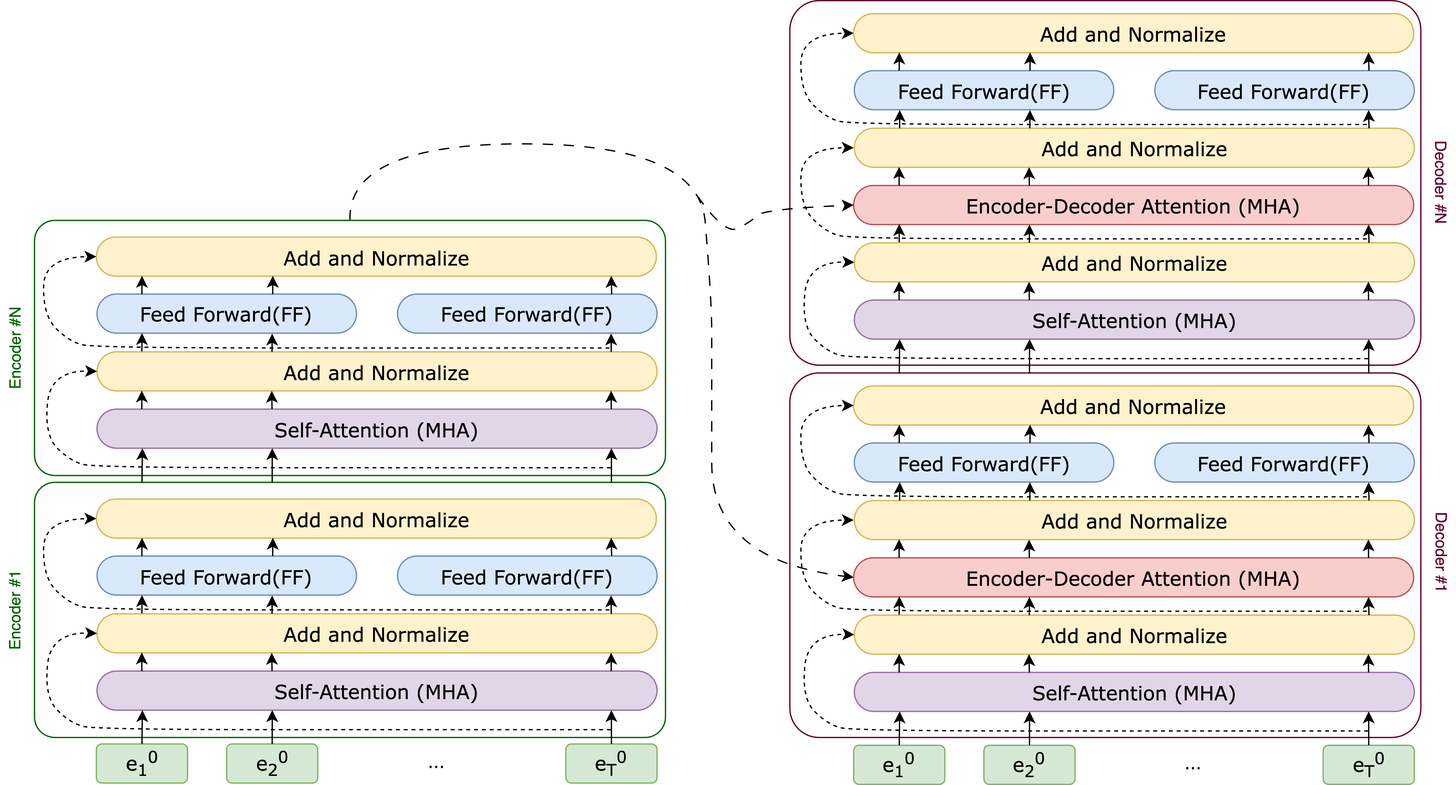
Earlier version of the draw.io export pages/imgs/encoder_decoder.png (LxMLS/lxmls-guide). Source tidied: cells renumbered, new cells last; positions are measured from the earlier drawing's top-left corner, leaving out a move shared by most shapes.
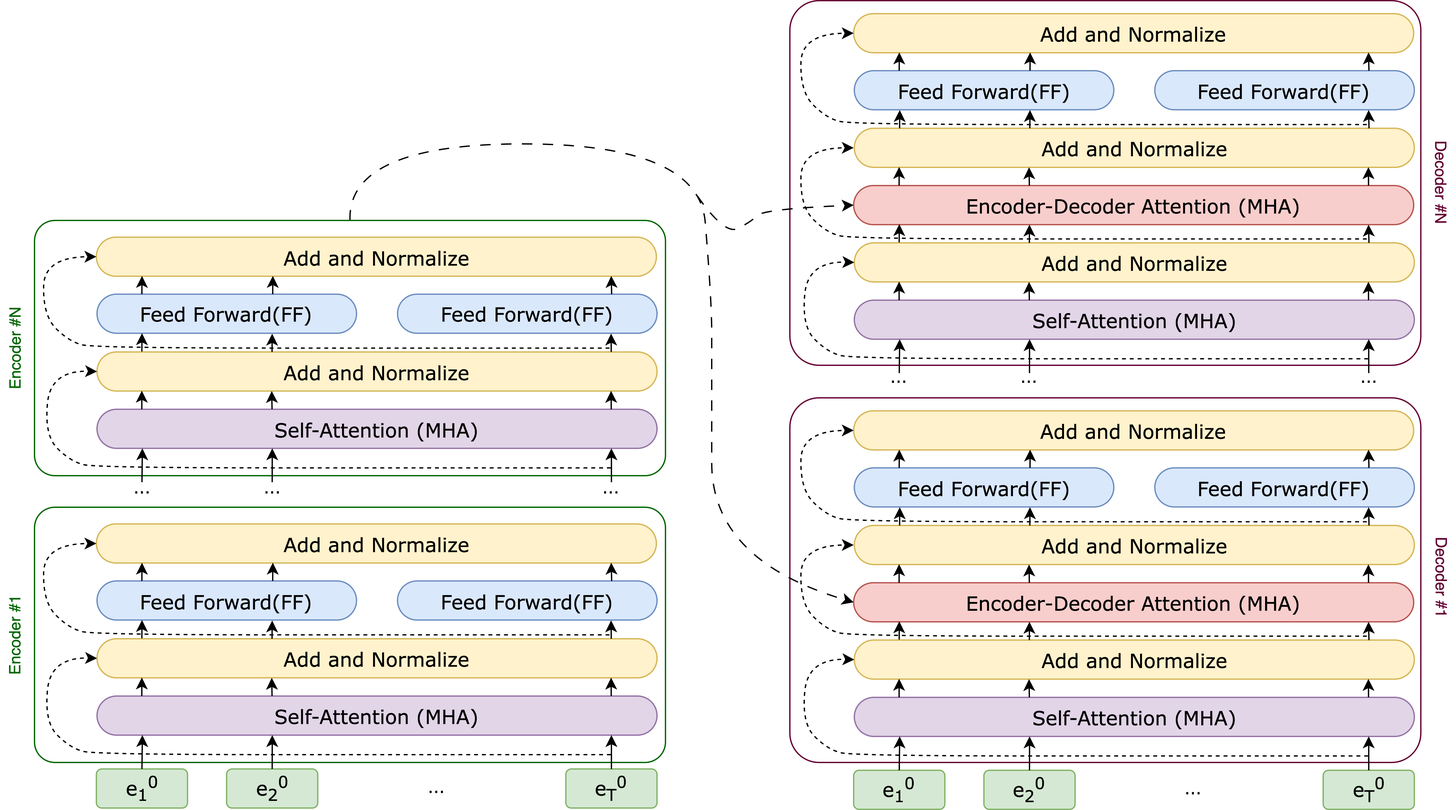
The same file after the commit.

Commit message:
[fix] Solve TODOs. Update encoder-decoder figure

The edit, as a diff of the source:
```diff
@@ -179,7 +179,7 @@
         <Array as="points">
-          <mxPoint x="294" y="110" />
-          <mxPoint x="564" y="110" />
-          <mxPoint x="574" y="230" />
-          <mxPoint x="574" y="280" />
-          <mxPoint x="574" y="430" />
+          <mxPoint x="294" y="91" />
+          <mxPoint x="564" y="91" />
+          <mxPoint x="574" y="211" />
+          <mxPoint x="574" y="261" />
+          <mxPoint x="574" y="411" />
         </Array>
@@ -310,9 +310,9 @@
     <mxCell id="61" style="rounded=1;whiteSpace=wrap;html=1;fillColor=none;arcSize=8;strokeColor=#006600;" parent="1" vertex="1">
-      <mxGeometry x="54" y="168.8" width="484.5" height="196" as="geometry" />
+      <mxGeometry x="54" y="149.8" width="484.5" height="196" as="geometry" />
     </mxCell>
     <mxCell id="62" value="Self-Attention (MHA)" style="rounded=1;whiteSpace=wrap;html=1;arcSize=50;fillColor=#e1d5e7;fontFamily=Verdana;fontSize=15;strokeColor=#9673a6;" parent="1" vertex="1">
-      <mxGeometry x="102" y="313.8" width="430" height="30" as="geometry" />
+      <mxGeometry x="102" y="294.8" width="430" height="30" as="geometry" />
     </mxCell>
     <mxCell id="63" value="Add and Normalize" style="rounded=1;whiteSpace=wrap;html=1;arcSize=50;fillColor=#fff2cc;fontFamily=Verdana;fontSize=15;strokeColor=#d6b656;" parent="1" vertex="1">
-      <mxGeometry x="102" y="269.8" width="430" height="30" as="geometry" />
+      <mxGeometry x="102" y="250.8" width="430" height="30" as="geometry" />
     </mxCell>
@@ -320,4 +320,4 @@
       <mxGeometry relative="1" as="geometry">
-        <mxPoint x="136.5" y="369.8" as="sourcePoint" />
-        <mxPoint x="136.8" y="343.8" as="targetPoint" />
+        <mxPoint x="136.5" y="350.8" as="sourcePoint" />
+        <mxPoint x="136.8" y="324.8" as="targetPoint" />
       </mxGeometry>
@@ -326,3 +326,3 @@
       <mxGeometry relative="1" as="geometry">
-        <mxPoint x="236.4" y="313.8" as="sourcePoint" />
+        <mxPoint x="236.4" y="294.8" as="sourcePoint" />
       </mxGeometry>
@@ -330,6 +330,6 @@
     <mxCell id="66" value="Feed Forward(FF)" style="rounded=1;whiteSpace=wrap;html=1;arcSize=50;fillColor=#dae8fc;fontFamily=Verdana;fontSize=15;strokeColor=#6c8ebf;" parent="1" vertex="1">
-      <mxGeometry x="102" y="225.4" width="199.2" height="30" as="geometry" />
+      <mxGeometry x="102" y="206.4" width="199.2" height="30" as="geometry" />
     </mxCell>
     <mxCell id="67" value="Feed Forward(FF)" style="rounded=1;whiteSpace=wrap;html=1;arcSize=50;fillColor=#dae8fc;fontFamily=Verdana;fontSize=15;strokeColor=#6c8ebf;" parent="1" vertex="1">
-      <mxGeometry x="332.8" y="225.4" width="199.2" height="30" as="geometry" />
+      <mxGeometry x="332.8" y="206.4" width="199.2" height="30" as="geometry" />
     </mxCell>
@@ -337,3 +337,3 @@
       <mxGeometry relative="1" as="geometry">
-        <mxPoint x="496.8" y="313.8" as="sourcePoint" />
+        <mxPoint x="496.8" y="294.8" as="sourcePoint" />
       </mxGeometry>
@@ -342,4 +342,4 @@
       <mxGeometry relative="1" as="geometry">
-        <mxPoint x="236.5" y="369.8" as="sourcePoint" />
-        <mxPoint x="236.6" y="343.8" as="targetPoint" />
+        <mxPoint x="236.5" y="350.8" as="sourcePoint" />
+        <mxPoint x="236.6" y="324.8" as="targetPoint" />
       </mxGeometry>
@@ -348,4 +348,4 @@
       <mxGeometry relative="1" as="geometry">
-        <mxPoint x="497" y="369.8" as="sourcePoint" />
-        <mxPoint x="497" y="343.8" as="targetPoint" />
+        <mxPoint x="497" y="350.8" as="sourcePoint" />
+        <mxPoint x="497" y="324.8" as="targetPoint" />
       </mxGeometry>
@@ -354,3 +354,3 @@
       <mxGeometry relative="1" as="geometry">
-        <mxPoint x="136.4" y="313.8" as="sourcePoint" />
+        <mxPoint x="136.4" y="294.8" as="sourcePoint" />
       </mxGeometry>
@@ -358,3 +358,3 @@
     <mxCell id="72" value="Add and Normalize" style="rounded=1;whiteSpace=wrap;html=1;arcSize=50;fillColor=#fff2cc;fontFamily=Verdana;fontSize=15;strokeColor=#d6b656;" parent="1" vertex="1">
-      <mxGeometry x="101.5" y="181.6" width="430" height="30" as="geometry" />
+      <mxGeometry x="101.5" y="162.6" width="430" height="30" as="geometry" />
     </mxCell>
@@ -362,4 +362,4 @@
       <mxGeometry relative="1" as="geometry">
-        <mxPoint x="236.4" y="269.8" as="sourcePoint" />
-        <mxPoint x="236.5" y="255.8" as="targetPoint" />
+        <mxPoint x="236.4" y="250.8" as="sourcePoint" />
+        <mxPoint x="236.5" y="236.8" as="targetPoint" />
       </mxGeometry>
@@ -368,3 +368,3 @@
       <mxGeometry relative="1" as="geometry">
-        <mxPoint x="496.8" y="269.8" as="sourcePoint" />
+        <mxPoint x="496.8" y="250.8" as="sourcePoint" />
       </mxGeometry>
@@ -373,4 +373,4 @@
       <mxGeometry relative="1" as="geometry">
-        <mxPoint x="236.9" y="225.4" as="sourcePoint" />
-        <mxPoint x="237" y="211.4" as="targetPoint" />
+        <mxPoint x="236.9" y="206.4" as="sourcePoint" />
+        <mxPoint x="237" y="192.4" as="targetPoint" />
       </mxGeometry>
@@ -379,9 +379,9 @@
       <mxGeometry relative="1" as="geometry">
-        <mxPoint x="496.5" y="358.8" as="sourcePoint" />
+        <mxPoint x="496.5" y="339.8" as="sourcePoint" />
         <Array as="points">
-          <mxPoint x="391.5" y="358.8" />
-          <mxPoint x="101.5" y="358.8" />
-          <mxPoint x="81.5" y="353.8" />
-          <mxPoint x="61.5" y="333.8" />
-          <mxPoint x="66.5" y="283.8" />
+          <mxPoint x="391.5" y="339.8" />
+          <mxPoint x="101.5" y="339.8" />
+          <mxPoint x="81.5" y="334.8" />
+          <mxPoint x="61.5" y="314.8" />
+          <mxPoint x="66.5" y="264.8" />
         </Array>
@@ -391,9 +391,9 @@
       <mxGeometry relative="1" as="geometry">
-        <mxPoint x="495.5" y="266.8" as="sourcePoint" />
+        <mxPoint x="495.5" y="247.8" as="sourcePoint" />
         <Array as="points">
-          <mxPoint x="390.5" y="266.8" />
-          <mxPoint x="100.5" y="266.8" />
-          <mxPoint x="80.5" y="261.8" />
-          <mxPoint x="60.5" y="241.8" />
-          <mxPoint x="61.5" y="196.8" />
+          <mxPoint x="390.5" y="247.8" />
+          <mxPoint x="100.5" y="247.8" />
+          <mxPoint x="80.5" y="242.8" />
+          <mxPoint x="60.5" y="222.8" />
+          <mxPoint x="61.5" y="177.8" />
         </Array>
@@ -403,4 +403,4 @@
       <mxGeometry relative="1" as="geometry">
-        <mxPoint x="136.4" y="269.4" as="sourcePoint" />
-        <mxPoint x="136.6" y="255.4" as="targetPoint" />
+        <mxPoint x="136.4" y="250.4" as="sourcePoint" />
+        <mxPoint x="136.6" y="236.4" as="targetPoint" />
       </mxGeometry>
@@ -409,4 +409,4 @@
       <mxGeometry relative="1" as="geometry">
-        <mxPoint x="136.4" y="225.4" as="sourcePoint" />
-        <mxPoint x="136.6" y="211.4" as="targetPoint" />
+        <mxPoint x="136.4" y="206.4" as="sourcePoint" />
+        <mxPoint x="136.6" y="192.4" as="targetPoint" />
       </mxGeometry>
@@ -415,4 +415,4 @@
       <mxGeometry relative="1" as="geometry">
-        <mxPoint x="497.2" y="225.4" as="sourcePoint" />
-        <mxPoint x="496.8" y="211.4" as="targetPoint" />
+        <mxPoint x="497.2" y="206.4" as="sourcePoint" />
+        <mxPoint x="496.8" y="192.4" as="targetPoint" />
       </mxGeometry>
@@ -420,12 +420,12 @@
     <mxCell id="81" value="&lt;font color=&quot;#006600&quot;&gt;Encoder #N&lt;/font&gt;" style="text;html=1;strokeColor=none;fillColor=none;align=center;verticalAlign=middle;whiteSpace=wrap;rounded=0;direction=west;flipV=1;flipH=1;rotation=270;" parent="1" vertex="1">
-      <mxGeometry x="-0.5" y="256.3" width="80" height="23" as="geometry" />
+      <mxGeometry x="-0.5" y="237.3" width="80" height="23" as="geometry" />
     </mxCell>
     <mxCell id="82" style="rounded=1;whiteSpace=wrap;html=1;fillColor=none;arcSize=8;strokeColor=#660033;" parent="1" vertex="1">
-      <mxGeometry x="634" width="484.5" height="280" as="geometry" />
+      <mxGeometry x="634" y="-19" width="484.5" height="280" as="geometry" />
     </mxCell>
     <mxCell id="83" value="Self-Attention (MHA)" style="rounded=1;whiteSpace=wrap;html=1;arcSize=50;fillColor=#e1d5e7;fontFamily=Verdana;fontSize=15;strokeColor=#9673a6;" parent="1" vertex="1">
-      <mxGeometry x="683.5" y="230" width="430" height="30" as="geometry" />
+      <mxGeometry x="683.5" y="211" width="430" height="30" as="geometry" />
     </mxCell>
     <mxCell id="84" value="Add and Normalize" style="rounded=1;whiteSpace=wrap;html=1;arcSize=50;fillColor=#fff2cc;fontFamily=Verdana;fontSize=15;strokeColor=#d6b656;" parent="1" vertex="1">
-      <mxGeometry x="683.5" y="186" width="430" height="30" as="geometry" />
+      <mxGeometry x="683.5" y="167" width="430" height="30" as="geometry" />
     </mxCell>
@@ -433,4 +433,4 @@
       <mxGeometry relative="1" as="geometry">
-        <mxPoint x="718" y="286" as="sourcePoint" />
-        <mxPoint x="718.3" y="260" as="targetPoint" />
+        <mxPoint x="718" y="267" as="sourcePoint" />
+        <mxPoint x="718.3" y="241" as="targetPoint" />
       </mxGeometry>
@@ -439,3 +439,3 @@
       <mxGeometry relative="1" as="geometry">
-        <mxPoint x="817.9" y="230" as="sourcePoint" />
+        <mxPoint x="817.9" y="211" as="sourcePoint" />
       </mxGeometry>
@@ -443,6 +443,6 @@
     <mxCell id="87" value="Feed Forward(FF)" style="rounded=1;whiteSpace=wrap;html=1;arcSize=50;fillColor=#dae8fc;fontFamily=Verdana;fontSize=15;strokeColor=#6c8ebf;" parent="1" vertex="1">
-      <mxGeometry x="683.5" y="53.8" width="199.2" height="30" as="geometry" />
+      <mxGeometry x="683.5" y="34.8" width="199.2" height="30" as="geometry" />
     </mxCell>
     <mxCell id="88" value="Feed Forward(FF)" style="rounded=1;whiteSpace=wrap;html=1;arcSize=50;fillColor=#dae8fc;fontFamily=Verdana;fontSize=15;strokeColor=#6c8ebf;" parent="1" vertex="1">
-      <mxGeometry x="914.2" y="53.8" width="199.2" height="30" as="geometry" />
+      <mxGeometry x="914.2" y="34.8" width="199.2" height="30" as="geometry" />
     </mxCell>
@@ -450,3 +450,3 @@
       <mxGeometry relative="1" as="geometry">
-        <mxPoint x="1078.3" y="230" as="sourcePoint" />
+        <mxPoint x="1078.3" y="211" as="sourcePoint" />
       </mxGeometry>
@@ -455,4 +455,4 @@
       <mxGeometry relative="1" as="geometry">
-        <mxPoint x="818" y="286" as="sourcePoint" />
-        <mxPoint x="818.1" y="260" as="targetPoint" />
+        <mxPoint x="818" y="267" as="sourcePoint" />
+        <mxPoint x="818.1" y="241" as="targetPoint" />
       </mxGeometry>
@@ -461,4 +461,4 @@
       <mxGeometry relative="1" as="geometry">
-        <mxPoint x="1078.5" y="286" as="sourcePoint" />
-        <mxPoint x="1078.5" y="260" as="targetPoint" />
+        <mxPoint x="1078.5" y="267" as="sourcePoint" />
+        <mxPoint x="1078.5" y="241" as="targetPoint" />
       </mxGeometry>
@@ -467,3 +467,3 @@
       <mxGeometry relative="1" as="geometry">
-        <mxPoint x="717.9" y="230" as="sourcePoint" />
+        <mxPoint x="717.9" y="211" as="sourcePoint" />
       </mxGeometry>
@@ -471,3 +471,3 @@
     <mxCell id="93" value="Add and Normalize" style="rounded=1;whiteSpace=wrap;html=1;arcSize=50;fillColor=#fff2cc;fontFamily=Verdana;fontSize=15;strokeColor=#d6b656;" parent="1" vertex="1">
-      <mxGeometry x="683" y="10" width="430" height="30" as="geometry" />
+      <mxGeometry x="683" y="-9" width="430" height="30" as="geometry" />
     </mxCell>
@@ -475,4 +475,4 @@
       <mxGeometry relative="1" as="geometry">
-        <mxPoint x="818.4" y="53.8" as="sourcePoint" />
-        <mxPoint x="818.5" y="39.8" as="targetPoint" />
+        <mxPoint x="818.4" y="34.8" as="sourcePoint" />
+        <mxPoint x="818.5" y="20.8" as="targetPoint" />
       </mxGeometry>
@@ -481,9 +481,9 @@
       <mxGeometry relative="1" as="geometry">
-        <mxPoint x="1078" y="275" as="sourcePoint" />
+        <mxPoint x="1078" y="256" as="sourcePoint" />
         <Array as="points">
-          <mxPoint x="973" y="275" />
-          <mxPoint x="683" y="275" />
-          <mxPoint x="663" y="270" />
-          <mxPoint x="643" y="250" />
-          <mxPoint x="648" y="200" />
+          <mxPoint x="973" y="256" />
+          <mxPoint x="683" y="256" />
+          <mxPoint x="663" y="251" />
+          <mxPoint x="643" y="231" />
+          <mxPoint x="648" y="181" />
         </Array>
@@ -493,9 +493,9 @@
       <mxGeometry relative="1" as="geometry">
-        <mxPoint x="1077" y="95.2" as="sourcePoint" />
+        <mxPoint x="1077" y="76.2" as="sourcePoint" />
         <Array as="points">
-          <mxPoint x="972" y="95.2" />
-          <mxPoint x="682" y="95.2" />
-          <mxPoint x="662" y="90.2" />
-          <mxPoint x="642" y="70.2" />
-          <mxPoint x="643" y="25.2" />
+          <mxPoint x="972" y="76.2" />
+          <mxPoint x="682" y="76.2" />
+          <mxPoint x="662" y="71.2" />
+          <mxPoint x="642" y="51.2" />
+          <mxPoint x="643" y="6.2" />
         </Array>
@@ -505,4 +505,4 @@
       <mxGeometry relative="1" as="geometry">
-        <mxPoint x="717.9" y="53.8" as="sourcePoint" />
-        <mxPoint x="718" y="39.8" as="targetPoint" />
+        <mxPoint x="717.9" y="34.8" as="sourcePoint" />
+        <mxPoint x="718" y="20.8" as="targetPoint" />
       </mxGeometry>
@@ -511,4 +511,4 @@
       <mxGeometry relative="1" as="geometry">
-        <mxPoint x="1078.7" y="53.8" as="sourcePoint" />
-        <mxPoint x="1078.3" y="39.8" as="targetPoint" />
+        <mxPoint x="1078.7" y="34.8" as="sourcePoint" />
+        <mxPoint x="1078.3" y="20.8" as="targetPoint" />
       </mxGeometry>
@@ -516,6 +516,6 @@
     <mxCell id="99" value="Encoder-Decoder Attention (MHA)" style="rounded=1;whiteSpace=wrap;html=1;arcSize=50;fillColor=#f8cecc;fontFamily=Verdana;fontSize=15;strokeColor=#b85450;" parent="1" vertex="1">
-      <mxGeometry x="683" y="142" width="430" height="30" as="geometry" />
+      <mxGeometry x="683" y="123" width="430" height="30" as="geometry" />
     </mxCell>
     <mxCell id="100" value="Add and Normalize" style="rounded=1;whiteSpace=wrap;html=1;arcSize=50;fillColor=#fff2cc;fontFamily=Verdana;fontSize=15;strokeColor=#d6b656;" parent="1" vertex="1">
-      <mxGeometry x="683.5" y="98" width="430" height="30" as="geometry" />
+      <mxGeometry x="683.5" y="79" width="430" height="30" as="geometry" />
     </mxCell>
@@ -523,3 +523,3 @@
       <mxGeometry relative="1" as="geometry">
-        <mxPoint x="817.9" y="142" as="sourcePoint" />
+        <mxPoint x="817.9" y="123" as="sourcePoint" />
       </mxGeometry>
@@ -528,3 +528,3 @@
       <mxGeometry relative="1" as="geometry">
-        <mxPoint x="1078.3" y="142" as="sourcePoint" />
+        <mxPoint x="1078.3" y="123" as="sourcePoint" />
       </mxGeometry>
@@ -533,3 +533,3 @@
       <mxGeometry relative="1" as="geometry">
-        <mxPoint x="717.9" y="142" as="sourcePoint" />
+        <mxPoint x="717.9" y="123" as="sourcePoint" />
       </mxGeometry>
@@ -538,4 +538,4 @@
       <mxGeometry relative="1" as="geometry">
-        <mxPoint x="817.9" y="186" as="sourcePoint" />
-        <mxPoint x="818" y="172" as="targetPoint" />
+        <mxPoint x="817.9" y="167" as="sourcePoint" />
+        <mxPoint x="818" y="153" as="targetPoint" />
       </mxGeometry>
@@ -544,4 +544,4 @@
       <mxGeometry relative="1" as="geometry">
-        <mxPoint x="717.9" y="185.6" as="sourcePoint" />
-        <mxPoint x="718" y="171.6" as="targetPoint" />
+        <mxPoint x="717.9" y="166.6" as="sourcePoint" />
+        <mxPoint x="718" y="152.6" as="targetPoint" />
       </mxGeometry>
@@ -550,4 +550,4 @@
       <mxGeometry relative="1" as="geometry">
-        <mxPoint x="1078.7" y="186" as="sourcePoint" />
-        <mxPoint x="1078.3" y="172" as="targetPoint" />
+        <mxPoint x="1078.7" y="167" as="sourcePoint" />
+        <mxPoint x="1078.3" y="153" as="targetPoint" />
       </mxGeometry>
@@ -556,10 +556,10 @@
       <mxGeometry relative="1" as="geometry">
-        <mxPoint x="1077" y="183" as="sourcePoint" />
-        <mxPoint x="683" y="113" as="targetPoint" />
+        <mxPoint x="1077" y="164" as="sourcePoint" />
+        <mxPoint x="683" y="94" as="targetPoint" />
         <Array as="points">
-          <mxPoint x="972" y="183" />
-          <mxPoint x="682" y="183" />
-          <mxPoint x="662" y="178" />
-          <mxPoint x="642" y="158" />
-          <mxPoint x="643" y="113" />
+          <mxPoint x="972" y="164" />
+          <mxPoint x="682" y="164" />
+          <mxPoint x="662" y="159" />
+          <mxPoint x="642" y="139" />
+          <mxPoint x="643" y="94" />
         </Array>
@@ -569,4 +569,4 @@
       <mxGeometry relative="1" as="geometry">
-        <mxPoint x="818.3" y="98" as="sourcePoint" />
-        <mxPoint x="818.4" y="84" as="targetPoint" />
+        <mxPoint x="818.3" y="79" as="sourcePoint" />
+        <mxPoint x="818.4" y="65" as="targetPoint" />
       </mxGeometry>
@@ -575,4 +575,4 @@
       <mxGeometry relative="1" as="geometry">
-        <mxPoint x="1078.7" y="98" as="sourcePoint" />
-        <mxPoint x="1078.4" y="84" as="targetPoint" />
+        <mxPoint x="1078.7" y="79" as="sourcePoint" />
+        <mxPoint x="1078.4" y="65" as="targetPoint" />
       </mxGeometry>
@@ -581,4 +581,4 @@
       <mxGeometry relative="1" as="geometry">
-        <mxPoint x="718.3" y="98" as="sourcePoint" />
-        <mxPoint x="718.4" y="84" as="targetPoint" />
+        <mxPoint x="718.3" y="79" as="sourcePoint" />
+        <mxPoint x="718.4" y="65" as="targetPoint" />
       </mxGeometry>
@@ -587,7 +587,7 @@
       <mxGeometry relative="1" as="geometry">
-        <mxPoint x="563" y="150" as="sourcePoint" />
+        <mxPoint x="563" y="131" as="sourcePoint" />
         <Array as="points">
-          <mxPoint x="584" y="180" />
-          <mxPoint x="604" y="170" />
-          <mxPoint x="614" y="160" />
+          <mxPoint x="584" y="161" />
+          <mxPoint x="604" y="151" />
+          <mxPoint x="614" y="141" />
         </Array>
@@ -599,4 +599,22 @@
     <mxCell id="113" value="&lt;font color=&quot;#660033&quot;&gt;Decoder #N&lt;/font&gt;" style="text;html=1;strokeColor=none;fillColor=none;align=center;verticalAlign=middle;whiteSpace=wrap;rounded=0;direction=west;flipV=1;flipH=1;rotation=90;" parent="1" vertex="1">
-      <mxGeometry x="1094" y="128.5" width="80" height="23" as="geometry" />
+      <mxGeometry x="1094" y="109.5" width="80" height="23" as="geometry" />
     </mxCell>
+    <mxCell id="114" value="..." style="text;html=1;strokeColor=none;fillColor=none;align=center;verticalAlign=middle;whiteSpace=wrap;rounded=0;fontFamily=Verdana;" parent="1" vertex="1">
+      <mxGeometry x="122.8" y="347.8" width="27.5" height="16.2" as="geometry" />
+    </mxCell>
+    <mxCell id="115" value="..." style="text;html=1;strokeColor=none;fillColor=none;align=center;verticalAlign=middle;whiteSpace=wrap;rounded=0;fontFamily=Verdana;" parent="1" vertex="1">
+      <mxGeometry x="222.8" y="347.8" width="27.5" height="16.2" as="geometry" />
+    </mxCell>
+    <mxCell id="116" value="..." style="text;html=1;strokeColor=none;fillColor=none;align=center;verticalAlign=middle;whiteSpace=wrap;rounded=0;fontFamily=Verdana;" parent="1" vertex="1">
+      <mxGeometry x="483.2" y="347.8" width="27.5" height="16.2" as="geometry" />
+    </mxCell>
+    <mxCell id="117" value="..." style="text;html=1;strokeColor=none;fillColor=none;align=center;verticalAlign=middle;whiteSpace=wrap;rounded=0;fontFamily=Verdana;" parent="1" vertex="1">
+      <mxGeometry x="704" y="262.8" width="27.5" height="16.2" as="geometry" />
+    </mxCell>
+    <mxCell id="118" value="..." style="text;html=1;strokeColor=none;fillColor=none;align=center;verticalAlign=middle;whiteSpace=wrap;rounded=0;fontFamily=Verdana;" parent="1" vertex="1">
+      <mxGeometry x="804" y="262.8" width="27.5" height="16.2" as="geometry" />
+    </mxCell>
+    <mxCell id="119" value="..." style="text;html=1;strokeColor=none;fillColor=none;align=center;verticalAlign=middle;whiteSpace=wrap;rounded=0;fontFamily=Verdana;" parent="1" vertex="1">
+      <mxGeometry x="1064.5" y="262.8" width="27.5" height="16.2" as="geometry" />
+    </mxCell>
   </root>
```
